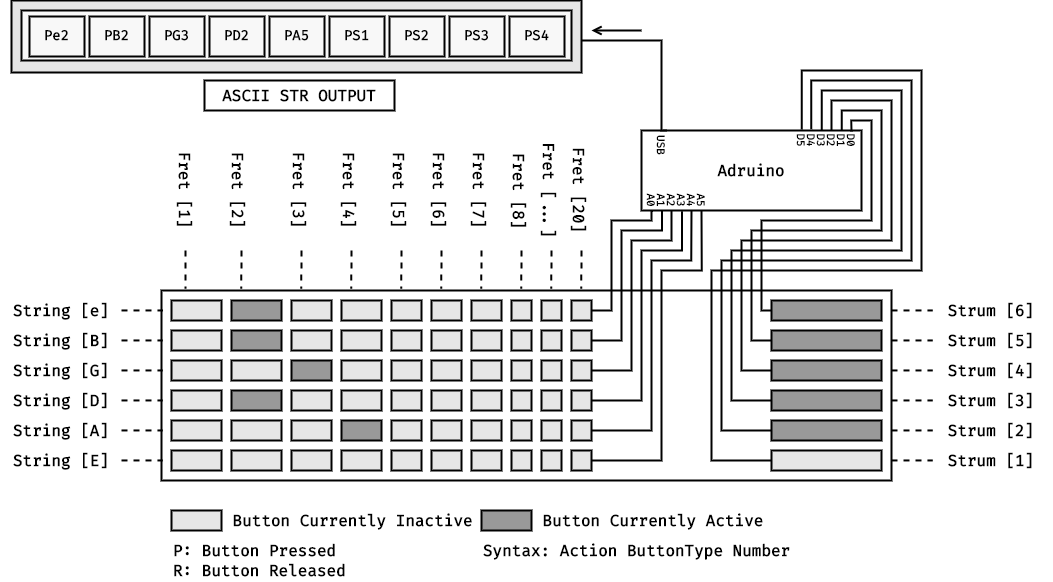
This is Images/Diagrams/Serial Protocol.png from tschiboka/RiffMaster, a draw.io export, as it was before one commit. Source tidied: cells renumbered, new cells last; positions are measured from the earlier drawing's top-left corner, leaving out a move shared by most shapes.
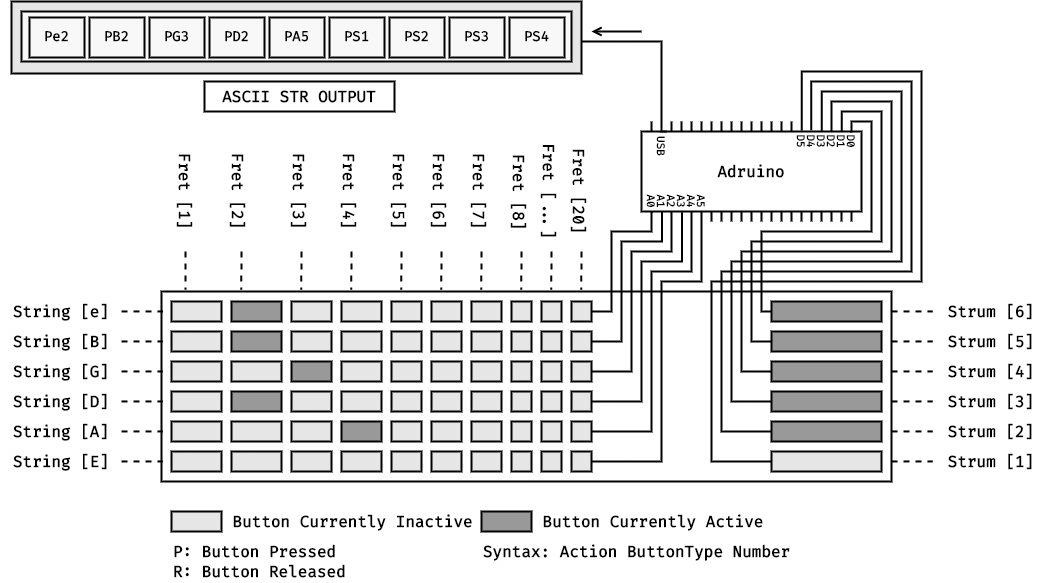
The same diagram one commit later.

Diff of the diagram source:
```diff
@@ -171,8 +171,9 @@
       <mxGeometry relative="1" as="geometry">
         <Array as="points">
           <mxPoint x="610" y="310" />
-          <mxPoint x="610" y="220" />
-          <mxPoint x="650" y="220" />
+          <mxPoint x="610" y="230" />
+          <mxPoint x="650" y="230" />
+          <mxPoint x="650" y="211" />
         </Array>
       </mxGeometry>
     </mxCell>
@@ -189,8 +190,8 @@
       <mxGeometry relative="1" as="geometry">
         <Array as="points">
           <mxPoint x="640" y="400" />
-          <mxPoint x="640" y="250" />
-          <mxPoint x="681" y="250" />
+          <mxPoint x="640" y="260" />
+          <mxPoint x="681" y="260" />
         </Array>
       </mxGeometry>
     </mxCell>
@@ -201,8 +202,8 @@
       <mxGeometry relative="1" as="geometry">
         <Array as="points">
           <mxPoint x="650" y="430" />
-          <mxPoint x="650" y="260" />
-          <mxPoint x="690" y="260" />
+          <mxPoint x="650" y="270" />
+          <mxPoint x="690" y="270" />
         </Array>
       </mxGeometry>
     </mxCell>
@@ -213,8 +214,8 @@
       <mxGeometry relative="1" as="geometry">
         <Array as="points">
           <mxPoint x="660" y="460" />
-          <mxPoint x="660" y="270" />
-          <mxPoint x="700" y="270" />
+          <mxPoint x="660" y="280" />
+          <mxPoint x="700" y="280" />
         </Array>
       </mxGeometry>
     </mxCell>
@@ -225,8 +226,8 @@
       <mxGeometry relative="1" as="geometry">
         <Array as="points">
           <mxPoint x="760" y="310" />
-          <mxPoint x="760" y="220" />
-          <mxPoint x="870" y="220" />
+          <mxPoint x="760" y="230" />
+          <mxPoint x="870" y="230" />
           <mxPoint x="870" y="120" />
           <mxPoint x="850" y="120" />
         </Array>
@@ -239,8 +240,8 @@
       <mxGeometry relative="1" as="geometry">
         <Array as="points">
           <mxPoint x="750" y="340" />
-          <mxPoint x="750" y="230" />
-          <mxPoint x="880" y="230" />
+          <mxPoint x="750" y="240" />
+          <mxPoint x="880" y="240" />
           <mxPoint x="880" y="110" />
           <mxPoint x="840" y="110" />
         </Array>
@@ -253,8 +254,8 @@
       <mxGeometry relative="1" as="geometry">
         <Array as="points">
           <mxPoint x="740" y="370" />
-          <mxPoint x="740" y="240" />
-          <mxPoint x="890" y="240" />
+          <mxPoint x="740" y="250" />
+          <mxPoint x="890" y="250" />
           <mxPoint x="890" y="100" />
           <mxPoint x="830" y="100" />
           <mxPoint x="830" y="130" />
@@ -268,8 +269,8 @@
       <mxGeometry relative="1" as="geometry">
         <Array as="points">
           <mxPoint x="730" y="400" />
-          <mxPoint x="730" y="250" />
-          <mxPoint x="900" y="250" />
+          <mxPoint x="730" y="260" />
+          <mxPoint x="900" y="260" />
           <mxPoint x="900" y="90" />
           <mxPoint x="820" y="90" />
         </Array>
@@ -282,8 +283,8 @@
       <mxGeometry relative="1" as="geometry">
         <Array as="points">
           <mxPoint x="720" y="430" />
-          <mxPoint x="720" y="260" />
-          <mxPoint x="910" y="260" />
+          <mxPoint x="720" y="270" />
+          <mxPoint x="910" y="270" />
           <mxPoint x="910" y="80" />
           <mxPoint x="810" y="80" />
         </Array>
@@ -296,8 +297,8 @@
       <mxGeometry relative="1" as="geometry">
         <Array as="points">
           <mxPoint x="710" y="460" />
-          <mxPoint x="710" y="270" />
-          <mxPoint x="920" y="270" />
+          <mxPoint x="710" y="280" />
+          <mxPoint x="920" y="280" />
           <mxPoint x="920" y="70" />
           <mxPoint x="800" y="70" />
         </Array>
@@ -506,8 +507,8 @@
         <mxPoint x="660.4" y="210.5" as="targetPoint" />
         <Array as="points">
           <mxPoint x="620" y="340" />
-          <mxPoint x="620" y="230" />
-          <mxPoint x="660" y="230" />
+          <mxPoint x="620" y="240" />
+          <mxPoint x="660" y="240" />
         </Array>
       </mxGeometry>
     </mxCell>
@@ -517,9 +518,8 @@
         <mxPoint x="670" y="210" as="targetPoint" />
         <Array as="points">
           <mxPoint x="630" y="370" />
-          <mxPoint x="630" y="240" />
-          <mxPoint x="670" y="240" />
-          <mxPoint x="670" y="212" />
+          <mxPoint x="630" y="250" />
+          <mxPoint x="670" y="250" />
         </Array>
       </mxGeometry>
     </mxCell>
@@ -634,5 +634,179 @@
     <mxCell id="159" value="Syntax: Action ButtonType Number" style="rounded=0;whiteSpace=wrap;html=1;fillColor=none;strokeWidth=2;fontStyle=1;fontFamily=Fira Code;fontSource=https%3A%2F%2Ffonts.googleapis.com%2Fcss%3Ffamily%3DFira%2BCode;fontSize=16;strokeColor=none;align=left;" parent="1" vertex="1">
       <mxGeometry x="480" y="540" width="560" height="20" as="geometry" />
     </mxCell>
+    <mxCell id="160" style="endArrow=none;html=1;rounded=0;strokeWidth=2;" parent="1" edge="1">
+      <mxGeometry relative="1" as="geometry">
+        <mxPoint x="650" y="130" as="sourcePoint" />
+        <mxPoint x="650" y="120" as="targetPoint" />
+      </mxGeometry>
+    </mxCell>
+    <mxCell id="161" style="endArrow=none;html=1;rounded=0;strokeWidth=2;" parent="1" edge="1">
+      <mxGeometry relative="1" as="geometry">
+        <mxPoint x="670" y="130" as="sourcePoint" />
+        <mxPoint x="670" y="120" as="targetPoint" />
+      </mxGeometry>
+    </mxCell>
+    <mxCell id="162" style="endArrow=none;html=1;rounded=0;strokeWidth=2;" parent="1" edge="1">
+      <mxGeometry relative="1" as="geometry">
+        <mxPoint x="680" y="130" as="sourcePoint" />
+        <mxPoint x="680" y="120" as="targetPoint" />
+      </mxGeometry>
+    </mxCell>
+    <mxCell id="163" style="endArrow=none;html=1;rounded=0;strokeWidth=2;" parent="1" edge="1">
+      <mxGeometry relative="1" as="geometry">
+        <mxPoint x="690" y="130" as="sourcePoint" />
+        <mxPoint x="690" y="120" as="targetPoint" />
+      </mxGeometry>
+    </mxCell>
+    <mxCell id="164" style="endArrow=none;html=1;rounded=0;strokeWidth=2;" parent="1" edge="1">
+      <mxGeometry relative="1" as="geometry">
+        <mxPoint x="700" y="130" as="sourcePoint" />
+        <mxPoint x="700" y="120" as="targetPoint" />
+      </mxGeometry>
+    </mxCell>
+    <mxCell id="165" style="endArrow=none;html=1;rounded=0;strokeWidth=2;" parent="1" edge="1">
+      <mxGeometry relative="1" as="geometry">
+        <mxPoint x="710" y="130" as="sourcePoint" />
+        <mxPoint x="710" y="120" as="targetPoint" />
+      </mxGeometry>
+    </mxCell>
+    <mxCell id="166" style="endArrow=none;html=1;rounded=0;strokeWidth=2;" parent="1" edge="1">
+      <mxGeometry relative="1" as="geometry">
+        <mxPoint x="720" y="130" as="sourcePoint" />
+        <mxPoint x="720" y="120" as="targetPoint" />
+      </mxGeometry>
+    </mxCell>
+    <mxCell id="167" style="endArrow=none;html=1;rounded=0;strokeWidth=2;" parent="1" edge="1">
+      <mxGeometry relative="1" as="geometry">
+        <mxPoint x="730" y="130" as="sourcePoint" />
+        <mxPoint x="730" y="120" as="targetPoint" />
+      </mxGeometry>
+    </mxCell>
+    <mxCell id="168" style="endArrow=none;html=1;rounded=0;strokeWidth=2;" parent="1" edge="1">
+      <mxGeometry relative="1" as="geometry">
+        <mxPoint x="740" y="130" as="sourcePoint" />
+        <mxPoint x="740" y="120" as="targetPoint" />
+      </mxGeometry>
+    </mxCell>
+    <mxCell id="169" style="endArrow=none;html=1;rounded=0;strokeWidth=2;" parent="1" edge="1">
+      <mxGeometry relative="1" as="geometry">
+        <mxPoint x="750" y="130" as="sourcePoint" />
+        <mxPoint x="750" y="120" as="targetPoint" />
+      </mxGeometry>
+    </mxCell>
+    <mxCell id="170" style="endArrow=none;html=1;rounded=0;strokeWidth=2;" parent="1" edge="1">
+      <mxGeometry relative="1" as="geometry">
+        <mxPoint x="760" y="130" as="sourcePoint" />
+        <mxPoint x="760" y="120" as="targetPoint" />
+      </mxGeometry>
+    </mxCell>
+    <mxCell id="171" style="endArrow=none;html=1;rounded=0;strokeWidth=2;" parent="1" edge="1">
+      <mxGeometry relative="1" as="geometry">
+        <mxPoint x="770" y="130" as="sourcePoint" />
+        <mxPoint x="770" y="120" as="targetPoint" />
+      </mxGeometry>
+    </mxCell>
+    <mxCell id="172" style="endArrow=none;html=1;rounded=0;strokeWidth=2;" parent="1" edge="1">
+      <mxGeometry relative="1" as="geometry">
+        <mxPoint x="780" y="130" as="sourcePoint" />
+        <mxPoint x="780" y="120" as="targetPoint" />
+      </mxGeometry>
+    </mxCell>
+    <mxCell id="173" style="endArrow=none;html=1;rounded=0;strokeWidth=2;" parent="1" edge="1">
+      <mxGeometry relative="1" as="geometry">
+        <mxPoint x="790" y="130" as="sourcePoint" />
+        <mxPoint x="790" y="120" as="targetPoint" />
+      </mxGeometry>
+    </mxCell>
+    <mxCell id="174" style="endArrow=none;html=1;rounded=0;strokeWidth=2;" parent="1" edge="1">
+      <mxGeometry relative="1" as="geometry">
+        <mxPoint x="850" y="220" as="sourcePoint" />
+        <mxPoint x="850" y="210" as="targetPoint" />
+      </mxGeometry>
+    </mxCell>
+    <mxCell id="175" style="endArrow=none;html=1;rounded=0;strokeWidth=2;" parent="1" edge="1">
+      <mxGeometry relative="1" as="geometry">
+        <mxPoint x="840" y="220" as="sourcePoint" />
+        <mxPoint x="840" y="210" as="targetPoint" />
+      </mxGeometry>
+    </mxCell>
+    <mxCell id="176" style="endArrow=none;html=1;rounded=0;strokeWidth=2;" parent="1" edge="1">
+      <mxGeometry relative="1" as="geometry">
+        <mxPoint x="710" y="220" as="sourcePoint" />
+        <mxPoint x="710" y="210" as="targetPoint" />
+      </mxGeometry>
+    </mxCell>
+    <mxCell id="177" style="endArrow=none;html=1;rounded=0;strokeWidth=2;" parent="1" edge="1">
+      <mxGeometry relative="1" as="geometry">
+        <mxPoint x="720" y="220" as="sourcePoint" />
+        <mxPoint x="720" y="210" as="targetPoint" />
+      </mxGeometry>
+    </mxCell>
+    <mxCell id="178" style="endArrow=none;html=1;rounded=0;strokeWidth=2;" parent="1" edge="1">
+      <mxGeometry relative="1" as="geometry">
+        <mxPoint x="730" y="220" as="sourcePoint" />
+        <mxPoint x="730" y="210" as="targetPoint" />
+      </mxGeometry>
+    </mxCell>
+    <mxCell id="179" style="endArrow=none;html=1;rounded=0;strokeWidth=2;" parent="1" edge="1">
+      <mxGeometry relative="1" as="geometry">
+        <mxPoint x="740" y="220" as="sourcePoint" />
+        <mxPoint x="740" y="210" as="targetPoint" />
+      </mxGeometry>
+    </mxCell>
+    <mxCell id="180" style="endArrow=none;html=1;rounded=0;strokeWidth=2;" parent="1" edge="1">
+      <mxGeometry relative="1" as="geometry">
+        <mxPoint x="750" y="220" as="sourcePoint" />
+        <mxPoint x="750" y="210" as="targetPoint" />
+      </mxGeometry>
+    </mxCell>
+    <mxCell id="181" style="endArrow=none;html=1;rounded=0;strokeWidth=2;" parent="1" edge="1">
+      <mxGeometry relative="1" as="geometry">
+        <mxPoint x="760" y="220" as="sourcePoint" />
+        <mxPoint x="760" y="210" as="targetPoint" />
+      </mxGeometry>
+    </mxCell>
+    <mxCell id="182" style="endArrow=none;html=1;rounded=0;strokeWidth=2;" parent="1" edge="1">
+      <mxGeometry relative="1" as="geometry">
+        <mxPoint x="770" y="220" as="sourcePoint" />
+        <mxPoint x="770" y="210" as="targetPoint" />
+      </mxGeometry>
+    </mxCell>
+    <mxCell id="183" style="endArrow=none;html=1;rounded=0;strokeWidth=2;" parent="1" edge="1">
+      <mxGeometry relative="1" as="geometry">
+        <mxPoint x="780" y="220" as="sourcePoint" />
+        <mxPoint x="780" y="210" as="targetPoint" />
+      </mxGeometry>
+    </mxCell>
+    <mxCell id="184" style="endArrow=none;html=1;rounded=0;strokeWidth=2;" parent="1" edge="1">
+      <mxGeometry relative="1" as="geometry">
+        <mxPoint x="790" y="220" as="sourcePoint" />
+        <mxPoint x="790" y="210" as="targetPoint" />
+      </mxGeometry>
+    </mxCell>
+    <mxCell id="185" style="endArrow=none;html=1;rounded=0;strokeWidth=2;" parent="1" edge="1">
+      <mxGeometry relative="1" as="geometry">
+        <mxPoint x="800" y="220" as="sourcePoint" />
+        <mxPoint x="800" y="210" as="targetPoint" />
+      </mxGeometry>
+    </mxCell>
+    <mxCell id="186" style="endArrow=none;html=1;rounded=0;strokeWidth=2;" parent="1" edge="1">
+      <mxGeometry relative="1" as="geometry">
+        <mxPoint x="810" y="220" as="sourcePoint" />
+        <mxPoint x="810" y="210" as="targetPoint" />
+      </mxGeometry>
+    </mxCell>
+    <mxCell id="187" style="endArrow=none;html=1;rounded=0;strokeWidth=2;" parent="1" edge="1">
+      <mxGeometry relative="1" as="geometry">
+        <mxPoint x="820" y="220" as="sourcePoint" />
+        <mxPoint x="820" y="210" as="targetPoint" />
+      </mxGeometry>
+    </mxCell>
+    <mxCell id="188" style="endArrow=none;html=1;rounded=0;strokeWidth=2;" parent="1" edge="1">
+      <mxGeometry relative="1" as="geometry">
+        <mxPoint x="830" y="220" as="sourcePoint" />
+        <mxPoint x="830" y="210" as="targetPoint" />
+      </mxGeometry>
+    </mxCell>
   </root>
 </mxGraphModel>
```
